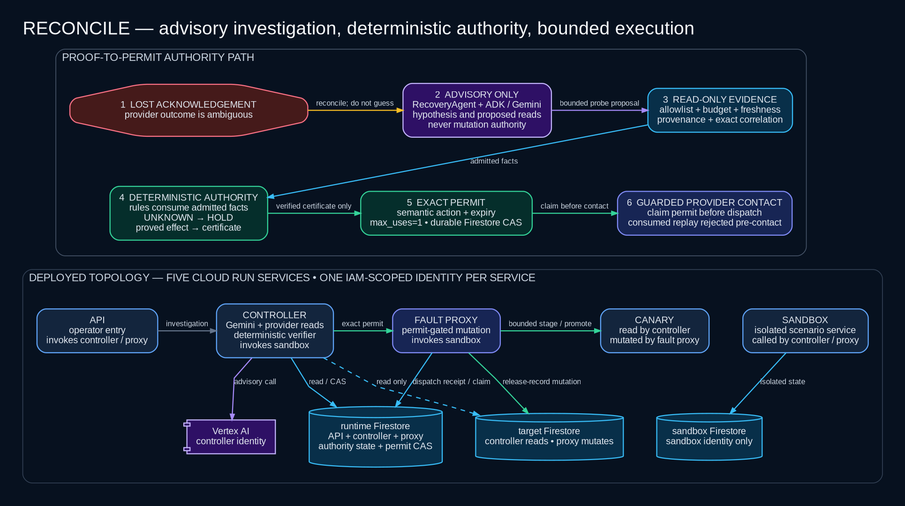
The Graphviz diagram docs/architecture.png in OCHOLA-EDDYPHIL/reconcile, before a commit. Its source is kept beside it as docs/architecture.dot.
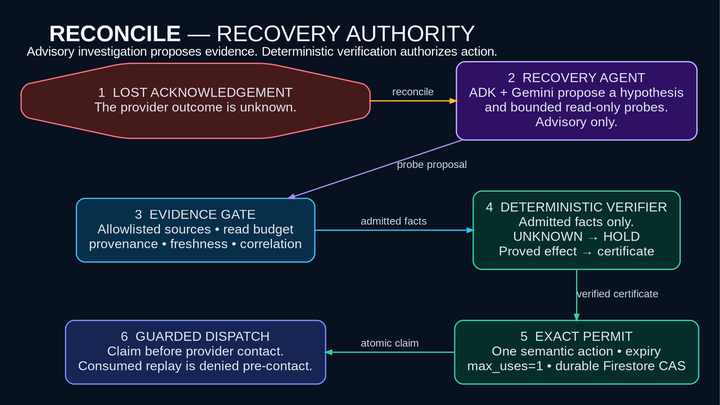
The same file after the commit.

What changed in the source:
```diff
@@ -1,127 +1,87 @@
 digraph ReconcileArchitecture {
   graph [
     bgcolor="#07111f",
-    fontname="Arial",
-    label="RECONCILE — advisory investigation, deterministic authority, bounded execution",
+    fontname="Liberation Sans",
+    label=<<FONT POINT-SIZE="32"><B>RECONCILE</B> — RECOVERY AUTHORITY</FONT><BR/><FONT POINT-SIZE="18">Advisory investigation proposes evidence. Deterministic verification authorizes action.</FONT>>,
     labelloc="t",
     labeljust="l",
     fontcolor="#f8fafc",
-    fontsize=24,
-    pad=0.30,
+    pad=0.42,
     rankdir=TB,
-    ranksep=0.64,
-    nodesep=0.30,
+    ranksep=0.76,
+    nodesep=0.86,
     newrank=true,
-    splines=polyline,
-    ratio=fill,
-    size="14.64,7.5!",
-    dpi=144
+    splines=polyline
   ];
   node [
     shape=box,
     style="rounded,filled",
-    fontname="Arial",
-    fontsize=12,
+    fontname="Liberation Sans",
+    fontsize=19,
     fontcolor="#e2e8f0",
     color="#475569",
     fillcolor="#111c2e",
-    margin="0.17,0.12",
-    penwidth=1.4
+    margin="0.25,0.19",
+    penwidth=1.8
   ];
   edge [
-    fontname="Arial",
-    fontsize=10,
+    fontname="Liberation Sans",
+    fontsize=15,
     fontcolor="#cbd5e1",
     color="#64748b",
-    arrowsize=0.75,
-    penwidth=1.4
+    arrowsize=0.85,
+    penwidth=1.8
   ];
 
-  subgraph cluster_authority_flow {
-    label="PROOF-TO-PERMIT AUTHORITY PATH";
-    color="#475569";
-    fontcolor="#cbd5e1";
-    fontsize=14;
-    style="rounded";
-    margin=18;
+  fault [
+    label="1  LOST ACKNOWLEDGEMENT\nThe provider outcome is unknown.",
+    shape=octagon,
+    fillcolor="#451a1a",
+    color="#fb7185",
+    group="left"
+  ];
+  advisory [
+    label="2  RECOVERY AGENT\nADK + Gemini propose a hypothesis\nand bounded read-only probes.\nAdvisory only.",
+    fillcolor="#2e1065",
+    color="#c4b5fd",
+    group="right"
+  ];
+  evidence [
+    label="3  EVIDENCE GATE\nAllowlisted sources • read budget\nprovenance • freshness • correlation",
+    fillcolor="#082f49",
+    color="#38bdf8",
+    group="left"
+  ];
+  verifier [
+    label="4  DETERMINISTIC VERIFIER\nAdmitted facts only.\nUNKNOWN → HOLD\nProved effect → certificate",
+    fillcolor="#052e2b",
+    color="#34d399",
+    group="right"
+  ];
+  permit [
+    label="5  EXACT PERMIT\nOne semantic action • expiry\nmax_uses=1 • durable Firestore CAS",
+    fillcolor="#052e2b",
+    color="#34d399",
+    group="right"
+  ];
+  dispatch [
+    label="6  GUARDED DISPATCH\nClaim before provider contact.\nConsumed replay is denied pre-contact.",
+    fillcolor="#172554",
+    color="#818cf8",
+    group="left"
+  ];
 
-    fault [
-      label="1  LOST ACKNOWLEDGEMENT\nprovider outcome is ambiguous",
-      shape=octagon,
-      fillcolor="#451a1a",
-      color="#fb7185"
-    ];
-    advisory [
-      label="2  ADVISORY ONLY\nRecoveryAgent + ADK / Gemini\nhypothesis and proposed reads\nnever mutation authority",
-      fillcolor="#2e1065",
-      color="#c4b5fd"
-    ];
-    evidence [
-      label="3  READ-ONLY EVIDENCE\nallowlist + budget + freshness\nprovenance + exact correlation",
-      fillcolor="#082f49",
-      color="#38bdf8"
-    ];
-    authority [
-      label="4  DETERMINISTIC AUTHORITY\nrules consume admitted facts\nUNKNOWN → HOLD\nproved effect → certificate",
-      fillcolor="#052e2b",
-      color="#34d399"
-    ];
-    permit [
-      label="5  EXACT PERMIT\nsemantic action + expiry\nmax_uses=1 • durable Firestore CAS",
-      fillcolor="#052e2b",
-      color="#34d399"
-    ];
-    dispatch [
-      label="6  GUARDED PROVIDER CONTACT\nclaim permit before dispatch\nconsumed replay rejected pre-contact",
-      fillcolor="#172554",
-      color="#818cf8"
-    ];
+  { rank=same; fault; advisory; }
+  { rank=same; evidence; verifier; }
+  { rank=same; dispatch; permit; }
 
-    { rank=same; fault; advisory; evidence; }
-    { rank=same; authority; permit; dispatch; }
-    fault -> advisory [label="reconcile; do not guess", color="#fbbf24", weight=20];
-    advisory -> evidence [label="bounded probe proposal", color="#a78bfa", weight=20];
-    evidence -> authority [label="admitted facts", color="#38bdf8", weight=20];
-    authority -> permit [label="verified certificate only", color="#34d399", weight=20];
-    permit -> dispatch [label="claim before contact", color="#34d399", weight=20];
-  }
+  fault -> evidence [style=invis, weight=100];
+  evidence -> dispatch [style=invis, weight=100];
+  advisory -> verifier [style=invis, weight=100];
 
-  subgraph cluster_topology {
-    label="DEPLOYED TOPOLOGY — FIVE CLOUD RUN SERVICES • ONE IAM-SCOPED IDENTITY PER SERVICE";
-    color="#334155";
-    fontcolor="#cbd5e1";
-    fontsize=14;
-    style="rounded";
-    margin=18;
-
-    api [label="API\noperator entry\ninvokes controller / proxy", fillcolor="#13253d", color="#60a5fa"];
-    controller [label="CONTROLLER\nGemini + provider reads\ndeterministic verifier\ninvokes sandbox", fillcolor="#13253d", color="#60a5fa"];
-    proxy [label="FAULT PROXY\npermit-gated mutation\ninvokes sandbox", fillcolor="#172554", color="#818cf8"];
-    canary [label="CANARY\nread by controller\nmutated by fault proxy", fillcolor="#13253d", color="#60a5fa"];
-    sandbox [label="SANDBOX\nisolated scenario service\ncalled by controller / proxy", fillcolor="#13253d", color="#60a5fa"];
-
-    vertex [label="Vertex AI\ncontroller identity", shape=component, fillcolor="#2e1065", color="#c4b5fd"];
-    runtime_db [label="runtime Firestore\nAPI + controller + proxy\nauthority state + permit CAS", shape=cylinder, fillcolor="#082f49", color="#38bdf8"];
-    target_db [label="target Firestore\ncontroller reads • proxy mutates", shape=cylinder, fillcolor="#082f49", color="#38bdf8"];
-    sandbox_db [label="sandbox Firestore\nsandbox identity only", shape=cylinder, fillcolor="#082f49", color="#38bdf8"];
-
-    { rank=same; api; controller; proxy; canary; sandbox; }
-    { rank=same; vertex; runtime_db; target_db; sandbox_db; }
-
-    api -> controller [label="investigation", weight=20];
-    controller -> proxy [label="exact permit", color="#34d399", weight=20];
-    proxy -> canary [label="bounded stage / promote", color="#34d399", weight=20];
-    canary -> sandbox [style=invis, weight=20];
-    controller -> vertex [label="advisory call", color="#a78bfa"];
-    controller -> runtime_db [label="read / CAS", color="#38bdf8"];
-    proxy -> runtime_db [label="dispatch receipt / claim", color="#38bdf8"];
-    controller -> target_db [label="read only", style=dashed, color="#38bdf8"];
-    proxy -> target_db [label="release-record mutation", color="#34d399"];
-    sandbox -> sandbox_db [label="isolated state", color="#38bdf8"];
-    vertex -> runtime_db [style=invis, weight=20];
-    runtime_db -> target_db [style=invis, weight=20];
-    target_db -> sandbox_db [style=invis, weight=20];
-  }
-
-  permit -> proxy [style=invis, weight=40];
+  fault -> advisory [label="reconcile", color="#fbbf24", weight=20];
+  advisory -> evidence [label="probe proposal", color="#a78bfa", weight=20];
+  evidence -> verifier [label="admitted facts", color="#38bdf8", weight=20];
+  verifier -> permit [label="verified certificate", color="#34d399", weight=20];
+  dispatch -> permit [label="atomic claim", color="#34d399", dir=back, weight=20];
 }
```
